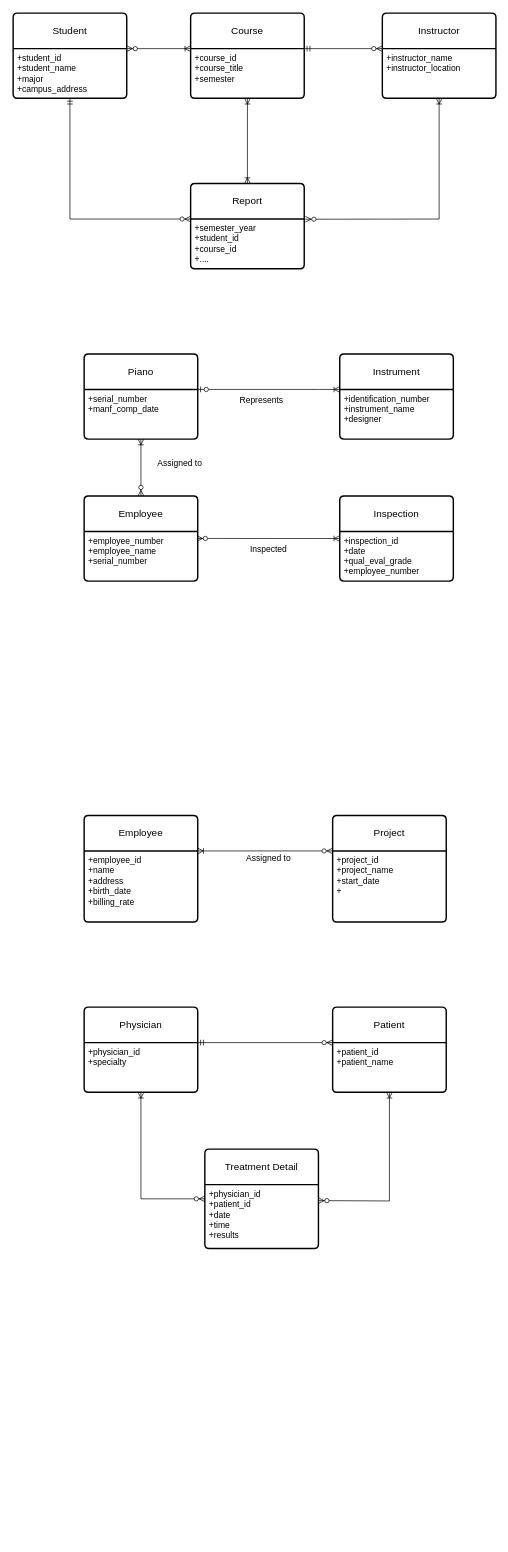
The draw.io diagram Untitled Diagram.drawio in jocamp11/BUS393ERDHW1, before the edit. Source tidied: cells renumbered, new cells numbered last; positions are measured from the earlier drawing's top-left corner, leaving out a move shared by most shapes. Both pictures are drawn from the tidied source at 71%, with x=0, y=0 at pixel (13, 13).
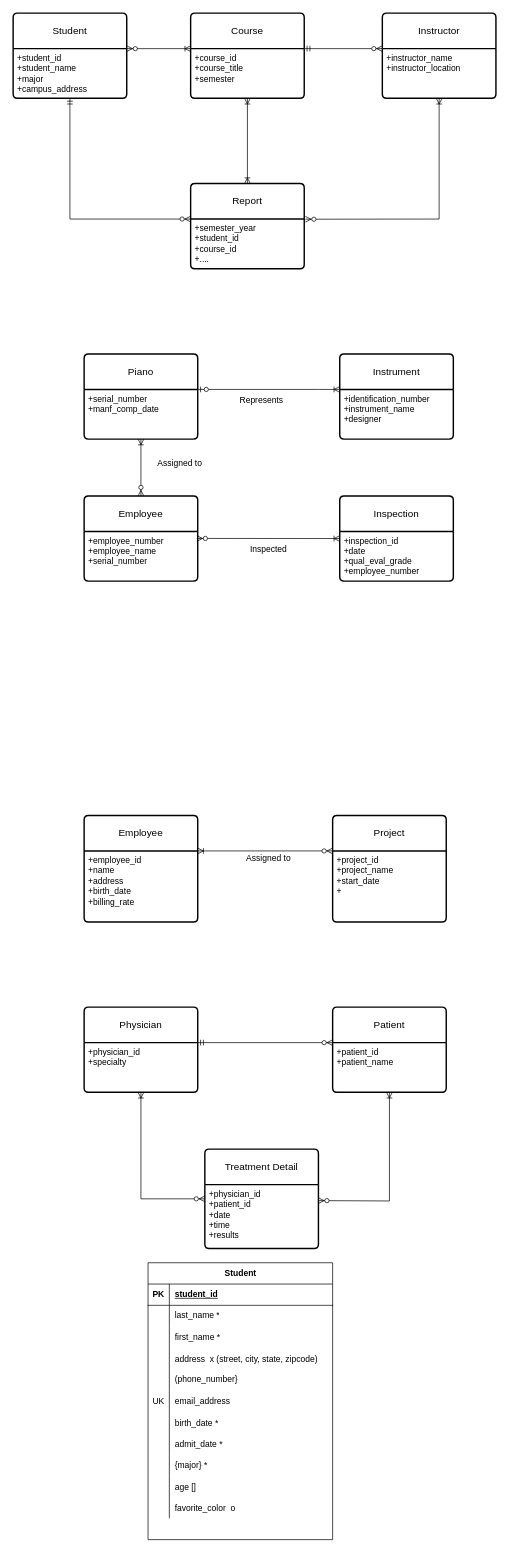
Above is the later version.

Diff of the diagram source:
```diff
@@
+    <mxCell id="44" value="Student" style="shape=table;startSize=30;childLayout=tableLayout;rowLines=0;fontStyle=1;align=center;html=1;" parent="1" vertex="1">
+      <mxGeometry x="190" y="1760" width="260" height="390" as="geometry" />
+    </mxCell>
+    <mxCell id="45" style="shape=tableRow;horizontal=0;startSize=0;swimlaneHead=0;swimlaneBody=0;fillColor=none;top=0;left=0;right=0;bottom=1;" parent="44" vertex="1">
+      <mxGeometry y="30" width="260" height="30" as="geometry" />
+    </mxCell>
+    <mxCell id="46" value="PK" style="shape=partialRectangle;fillColor=none;top=0;left=0;bottom=0;right=0;fontStyle=1;overflow=hidden;whiteSpace=wrap;html=1;" parent="45" vertex="1">
+      <mxGeometry width="30" height="30" as="geometry" />
+    </mxCell>
+    <mxCell id="47" value="student_id" style="shape=partialRectangle;fillColor=none;top=0;left=0;bottom=0;right=0;align=left;spacingLeft=6;fontStyle=5;overflow=hidden;whiteSpace=wrap;html=1;" parent="45" vertex="1">
+      <mxGeometry x="30" width="230" height="30" as="geometry" />
+    </mxCell>
+    <mxCell id="48" style="shape=tableRow;horizontal=0;startSize=0;swimlaneHead=0;swimlaneBody=0;fillColor=none;top=0;left=0;right=0;bottom=0;" parent="44" vertex="1">
+      <mxGeometry y="60" width="260" height="30" as="geometry" />
+    </mxCell>
+    <mxCell id="49" style="shape=partialRectangle;fillColor=none;top=0;left=0;bottom=0;right=0;overflow=hidden;whiteSpace=wrap;html=1;" parent="48" vertex="1">
+      <mxGeometry width="30" height="30" as="geometry" />
+    </mxCell>
+    <mxCell id="50" value="&lt;div&gt;last_name *&lt;br&gt;&lt;/div&gt;" style="shape=partialRectangle;fillColor=none;top=0;left=0;bottom=0;right=0;align=left;spacingLeft=6;overflow=hidden;whiteSpace=wrap;html=1;" parent="48" vertex="1">
+      <mxGeometry x="30" width="230" height="30" as="geometry" />
+    </mxCell>
+    <mxCell id="51" style="shape=tableRow;horizontal=0;startSize=0;swimlaneHead=0;swimlaneBody=0;fillColor=none;top=0;left=0;right=0;bottom=0;" parent="44" vertex="1">
+      <mxGeometry y="90" width="260" height="30" as="geometry" />
+    </mxCell>
+    <mxCell id="52" style="shape=partialRectangle;fillColor=none;top=0;left=0;bottom=0;right=0;overflow=hidden;whiteSpace=wrap;html=1;" parent="51" vertex="1">
+      <mxGeometry width="30" height="30" as="geometry" />
+    </mxCell>
+    <mxCell id="53" value="first_name *" style="shape=partialRectangle;fillColor=none;top=0;left=0;bottom=0;right=0;align=left;spacingLeft=6;overflow=hidden;whiteSpace=wrap;html=1;" parent="51" vertex="1">
+      <mxGeometry x="30" width="230" height="30" as="geometry" />
+    </mxCell>
+    <mxCell id="54" style="shape=tableRow;horizontal=0;startSize=0;swimlaneHead=0;swimlaneBody=0;fillColor=none;top=0;left=0;right=0;bottom=0;" parent="44" vertex="1">
+      <mxGeometry y="120" width="260" height="30" as="geometry" />
+    </mxCell>
+    <mxCell id="55" style="shape=partialRectangle;fillColor=none;top=0;left=0;bottom=0;right=0;overflow=hidden;" parent="54" vertex="1">
+      <mxGeometry width="30" height="30" as="geometry" />
+    </mxCell>
+    <mxCell id="56" value="address  x (street, city, state, zipcode)" style="shape=partialRectangle;fillColor=none;top=0;left=0;bottom=0;right=0;align=left;spacingLeft=6;overflow=hidden;" parent="54" vertex="1">
+      <mxGeometry x="30" width="230" height="30" as="geometry" />
+    </mxCell>
+    <mxCell id="57" style="shape=tableRow;horizontal=0;startSize=0;swimlaneHead=0;swimlaneBody=0;fillColor=none;top=0;left=0;right=0;bottom=0;" parent="44" vertex="1">
+      <mxGeometry y="150" width="260" height="30" as="geometry" />
+    </mxCell>
+    <mxCell id="58" style="shape=partialRectangle;fillColor=none;top=0;left=0;bottom=0;right=0;overflow=hidden;whiteSpace=wrap;html=1;" parent="57" vertex="1">
+      <mxGeometry width="30" height="30" as="geometry" />
+    </mxCell>
+    <mxCell id="59" value="(phone_number}" style="shape=partialRectangle;fillColor=none;top=0;left=0;bottom=0;right=0;align=left;spacingLeft=6;overflow=hidden;whiteSpace=wrap;html=1;" parent="57" vertex="1">
+      <mxGeometry x="30" width="230" height="30" as="geometry" />
+    </mxCell>
+    <mxCell id="60" style="shape=tableRow;horizontal=0;startSize=0;swimlaneHead=0;swimlaneBody=0;fillColor=none;top=0;left=0;right=0;bottom=0;" parent="44" vertex="1">
+      <mxGeometry y="180" width="260" height="30" as="geometry" />
+    </mxCell>
+    <mxCell id="61" value="UK" style="shape=partialRectangle;fillColor=none;top=0;left=0;bottom=0;right=0;overflow=hidden;" parent="60" vertex="1">
+      <mxGeometry width="30" height="30" as="geometry" />
+    </mxCell>
+    <mxCell id="62" value="email_address" style="shape=partialRectangle;fillColor=none;top=0;left=0;bottom=0;right=0;align=left;spacingLeft=6;overflow=hidden;" parent="60" vertex="1">
+      <mxGeometry x="30" width="230" height="30" as="geometry" />
+    </mxCell>
+    <mxCell id="63" style="shape=tableRow;horizontal=0;startSize=0;swimlaneHead=0;swimlaneBody=0;fillColor=none;top=0;left=0;right=0;bottom=0;" parent="44" vertex="1">
+      <mxGeometry y="210" width="260" height="30" as="geometry" />
+    </mxCell>
+    <mxCell id="64" style="shape=partialRectangle;fillColor=none;top=0;left=0;bottom=0;right=0;overflow=hidden;" parent="63" vertex="1">
+      <mxGeometry width="30" height="30" as="geometry" />
+    </mxCell>
+    <mxCell id="65" value="birth_date *" style="shape=partialRectangle;fillColor=none;top=0;left=0;bottom=0;right=0;align=left;spacingLeft=6;overflow=hidden;" parent="63" vertex="1">
+      <mxGeometry x="30" width="230" height="30" as="geometry" />
+    </mxCell>
+    <mxCell id="66" style="shape=tableRow;horizontal=0;startSize=0;swimlaneHead=0;swimlaneBody=0;fillColor=none;top=0;left=0;right=0;bottom=0;" parent="44" vertex="1">
+      <mxGeometry y="240" width="260" height="30" as="geometry" />
+    </mxCell>
+    <mxCell id="67" style="shape=partialRectangle;fillColor=none;top=0;left=0;bottom=0;right=0;overflow=hidden;" parent="66" vertex="1">
+      <mxGeometry width="30" height="30" as="geometry" />
+    </mxCell>
+    <mxCell id="68" value="admit_date *" style="shape=partialRectangle;fillColor=none;top=0;left=0;bottom=0;right=0;align=left;spacingLeft=6;overflow=hidden;" parent="66" vertex="1">
+      <mxGeometry x="30" width="230" height="30" as="geometry" />
+    </mxCell>
+    <mxCell id="69" style="shape=tableRow;horizontal=0;startSize=0;swimlaneHead=0;swimlaneBody=0;fillColor=none;top=0;left=0;right=0;bottom=0;" parent="44" vertex="1">
+      <mxGeometry y="270" width="260" height="30" as="geometry" />
+    </mxCell>
+    <mxCell id="70" style="shape=partialRectangle;fillColor=none;top=0;left=0;bottom=0;right=0;overflow=hidden;" parent="69" vertex="1">
+      <mxGeometry width="30" height="30" as="geometry" />
+    </mxCell>
+    <mxCell id="71" value="{major} *" style="shape=partialRectangle;fillColor=none;top=0;left=0;bottom=0;right=0;align=left;spacingLeft=6;overflow=hidden;" parent="69" vertex="1">
+      <mxGeometry x="30" width="230" height="30" as="geometry" />
+    </mxCell>
+    <mxCell id="72" style="shape=tableRow;horizontal=0;startSize=0;swimlaneHead=0;swimlaneBody=0;fillColor=none;top=0;left=0;right=0;bottom=0;" parent="44" vertex="1">
+      <mxGeometry y="300" width="260" height="30" as="geometry" />
+    </mxCell>
+    <mxCell id="73" style="shape=partialRectangle;fillColor=none;top=0;left=0;bottom=0;right=0;overflow=hidden;" parent="72" vertex="1">
+      <mxGeometry width="30" height="30" as="geometry" />
+    </mxCell>
+    <mxCell id="74" value="age []" style="shape=partialRectangle;fillColor=none;top=0;left=0;bottom=0;right=0;align=left;spacingLeft=6;overflow=hidden;" parent="72" vertex="1">
+      <mxGeometry x="30" width="230" height="30" as="geometry" />
+    </mxCell>
+    <mxCell id="75" style="shape=tableRow;horizontal=0;startSize=0;swimlaneHead=0;swimlaneBody=0;fillColor=none;top=0;left=0;right=0;bottom=0;" parent="44" vertex="1">
+      <mxGeometry y="330" width="260" height="30" as="geometry" />
+    </mxCell>
+    <mxCell id="76" style="shape=partialRectangle;fillColor=none;top=0;left=0;bottom=0;right=0;overflow=hidden;" parent="75" vertex="1">
+      <mxGeometry width="30" height="30" as="geometry" />
+    </mxCell>
+    <mxCell id="77" value="favorite_color  o" style="shape=partialRectangle;fillColor=none;top=0;left=0;bottom=0;right=0;align=left;spacingLeft=6;overflow=hidden;" parent="75" vertex="1">
+      <mxGeometry x="30" width="230" height="30" as="geometry" />
+    </mxCell>
```
